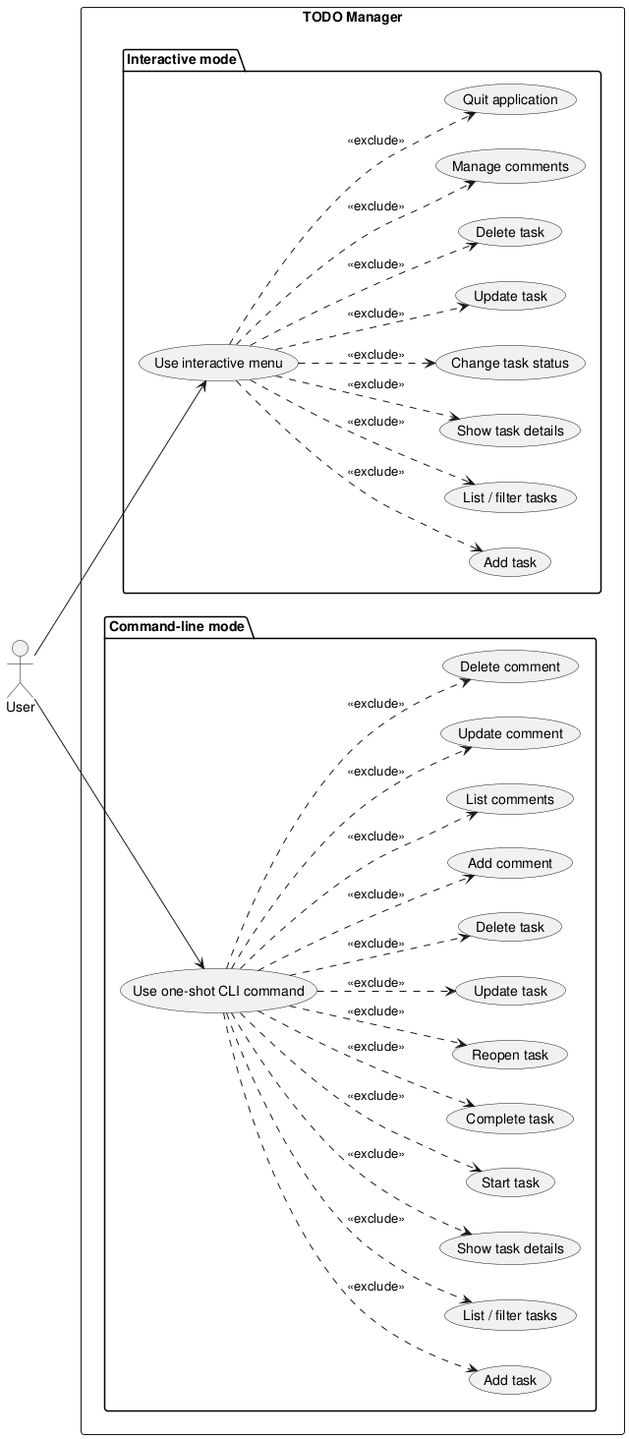
The PlantUML diagram experiments/broadcast/structured_text/TODO/artifacts/use_case_diagram.png in DanielRiha8906/Software_autoevolution_using_agents, before a commit.
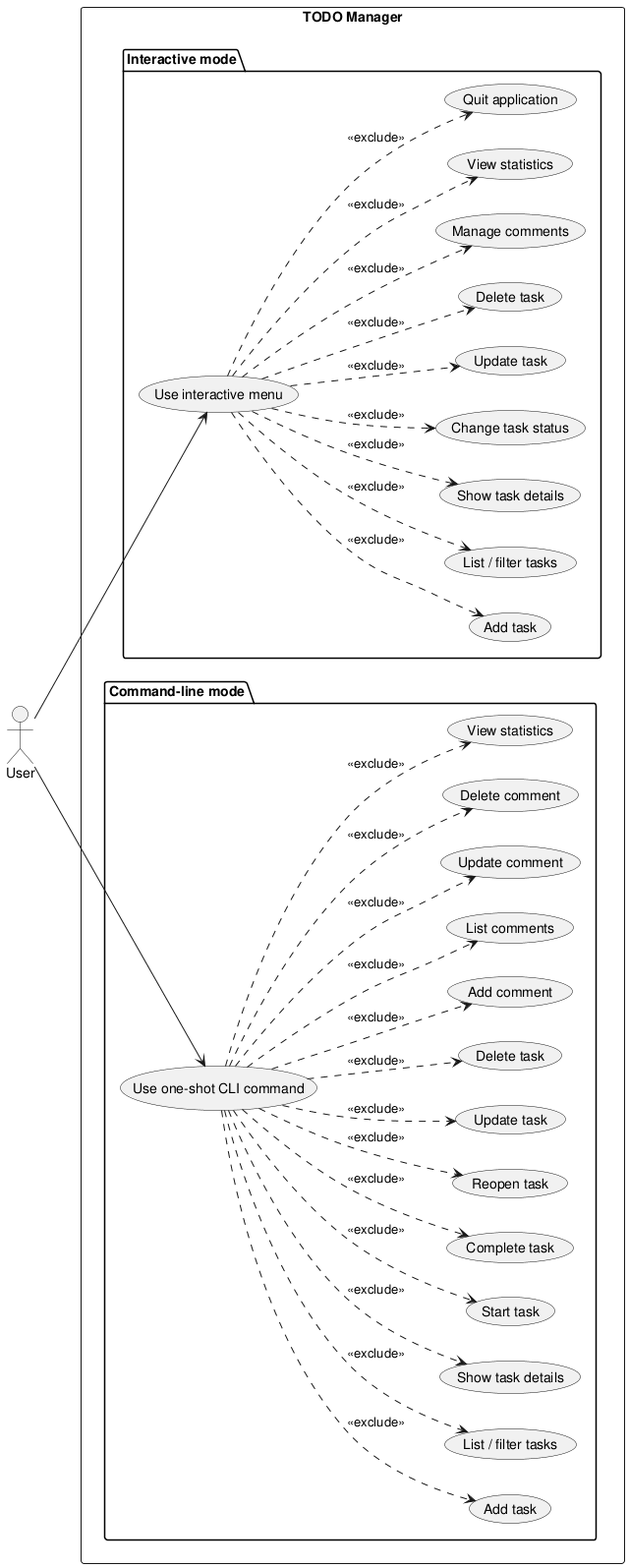
Above is the later version.

Change to the diagram source:
```diff
@@ -15,6 +15,7 @@
     usecase "Update task" as I_UPDATE
     usecase "Delete task" as I_DELETE
     usecase "Manage comments" as I_COMMENTS
+    usecase "View statistics" as I_STATS
     usecase "Quit application" as I_QUIT
   }
 
@@ -32,6 +33,7 @@
     usecase "List comments" as C_LIST_COMMENTS
     usecase "Update comment" as C_UPDATE_COMMENT
     usecase "Delete comment" as C_DELETE_COMMENT
+    usecase "View statistics" as C_STATS
   }
 }
 
@@ -45,6 +47,7 @@
 UI ..> I_UPDATE : <<exclude>>
 UI ..> I_DELETE : <<exclude>>
 UI ..> I_COMMENTS : <<exclude>>
+UI ..> I_STATS  : <<exclude>>
 UI ..> I_QUIT   : <<exclude>>
 
 CLI ..> C_ADD    : <<exclude>>
@@ -59,5 +62,6 @@
 CLI ..> C_LIST_COMMENTS : <<exclude>>
 CLI ..> C_UPDATE_COMMENT : <<exclude>>
 CLI ..> C_DELETE_COMMENT : <<exclude>>
+CLI ..> C_STATS : <<exclude>>
 
 @enduml
```
